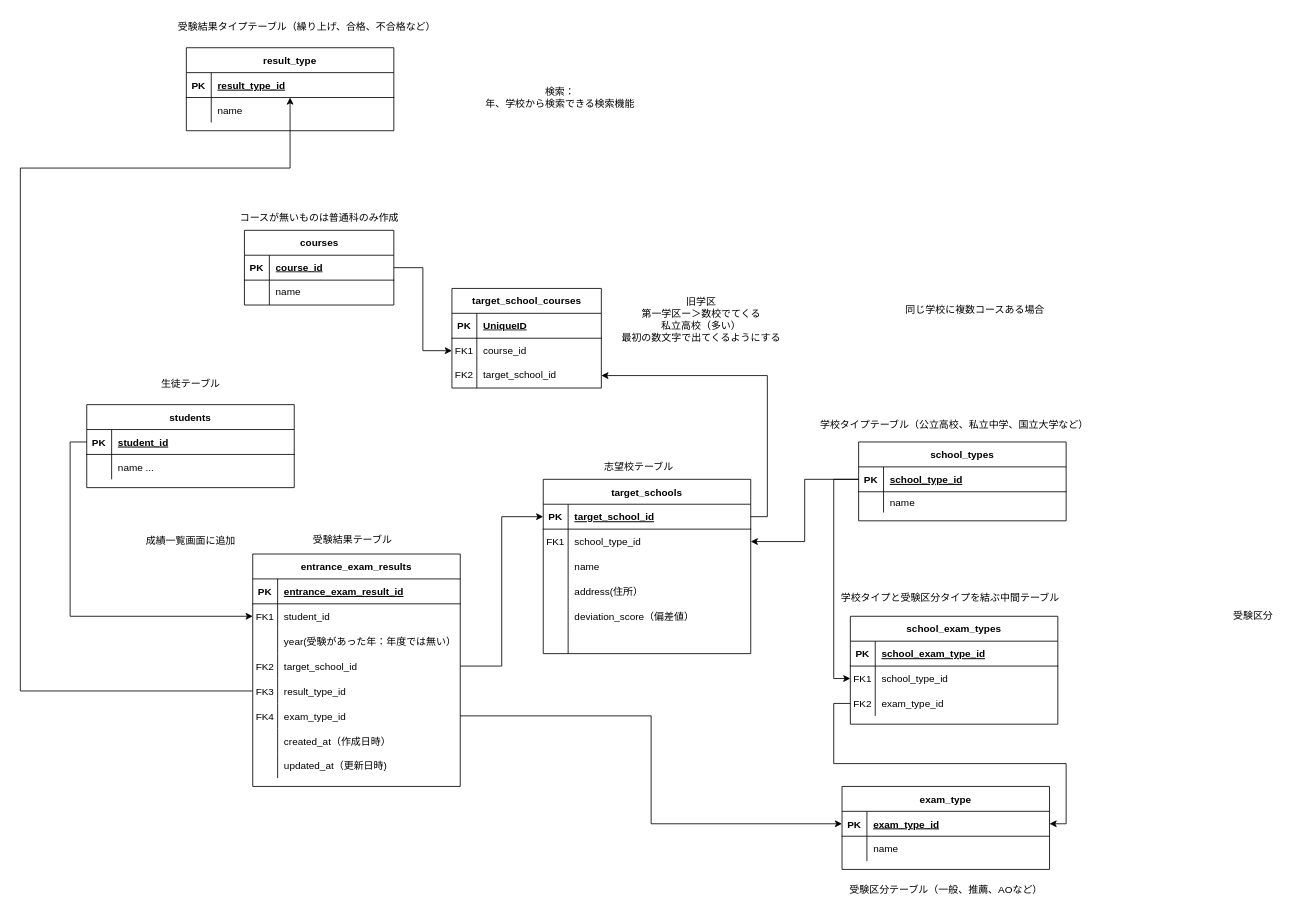
The draw.io diagram registration_of_result_of_entracne_exam.drawio in satoru817/4eachkeijiban, before the edit. Source tidied: cells renumbered, new cells numbered last; positions are measured from the earlier drawing's top-left corner, leaving out a move shared by most shapes. Both pictures are drawn from the tidied source at 83%, with x=0, y=0 at pixel (20, 14).
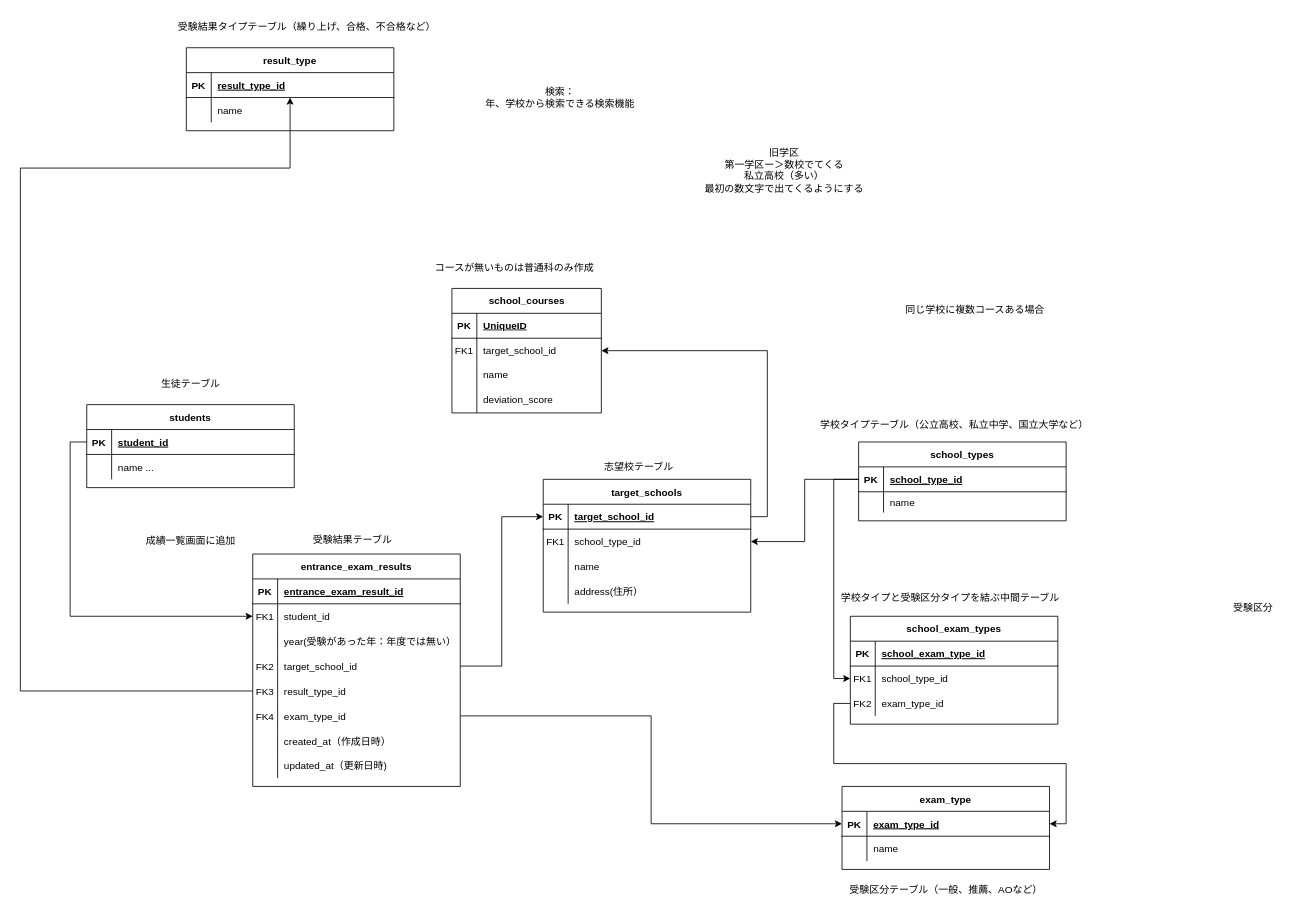
The same diagram, later.

Commit message:
registration_of_result_of_entracne_exam.drawio を更新します

The edit, as a diff of the source:
```diff
@@
     <mxCell id="2" value="target_schools" style="shape=table;startSize=30;childLayout=tableLayout;rowLines=0;fontStyle=1;align=center;" parent="1" vertex="1">
-      <mxGeometry x="630" y="560" width="250" height="210" as="geometry" />
+      <mxGeometry x="630" y="560" width="250" height="160" as="geometry" />
     </mxCell>
@@
-    <mxCell id="15" style="shape=partialRectangle;fillColor=none;top=0;left=0;right=0;bottom=0;" parent="2" vertex="1">
-      <mxGeometry y="150" width="250" height="30" as="geometry" />
-    </mxCell>
-    <mxCell id="16" style="shape=partialRectangle;overflow=hidden;fillColor=none;top=0;left=0;bottom=0;right=0;" parent="15" vertex="1">
-      <mxGeometry width="30" height="30" as="geometry" />
-    </mxCell>
-    <mxCell id="17" value="deviation_score（偏差値）" style="shape=partialRectangle;overflow=hidden;fillColor=none;top=0;left=0;bottom=0;right=0;align=left;spacingLeft=6;" parent="15" vertex="1">
-      <mxGeometry x="30" width="220" height="30" as="geometry" />
-    </mxCell>
-    <mxCell id="18" style="shape=partialRectangle;fillColor=none;top=0;left=0;right=0;bottom=0;" parent="2" vertex="1">
-      <mxGeometry y="180" width="250" height="30" as="geometry" />
-    </mxCell>
-    <mxCell id="19" style="shape=partialRectangle;overflow=hidden;fillColor=none;top=0;left=0;bottom=0;right=0;" parent="18" vertex="1">
-      <mxGeometry width="30" height="30" as="geometry" />
-    </mxCell>
-    <mxCell id="20" style="shape=partialRectangle;overflow=hidden;fillColor=none;top=0;left=0;bottom=0;right=0;align=left;spacingLeft=6;" parent="18" vertex="1">
-      <mxGeometry x="30" width="220" height="30" as="geometry" />
-    </mxCell>
@@
     <mxCell id="42" value="受験区分" style="text;html=1;align=center;verticalAlign=middle;strokeColor=none;fillColor=none;" parent="1" vertex="1">
-      <mxGeometry x="1450" y="710" width="70" height="30" as="geometry" />
+      <mxGeometry x="1450" y="700" width="70" height="30" as="geometry" />
     </mxCell>
@@
     <mxCell id="99" value="旧学区&lt;br&gt;第一学区ー＞数校でてくる&lt;div&gt;私立高校（多い）&lt;br&gt;最初の数文字で出てくるようにする&lt;br&gt;&lt;br&gt;&lt;/div&gt;" style="text;html=1;align=center;verticalAlign=middle;strokeColor=none;fillColor=none;" parent="1" vertex="1">
-      <mxGeometry x="710" y="330" width="220" height="90" as="geometry" />
+      <mxGeometry x="810" y="150" width="220" height="90" as="geometry" />
     </mxCell>
@@
-    <mxCell id="101" value="courses" style="shape=table;startSize=30;childLayout=tableLayout;rowLines=0;fontStyle=1;align=center;html=1;" parent="1" vertex="1">
-      <mxGeometry x="270" y="260" width="180" height="90" as="geometry" />
-    </mxCell>
-    <mxCell id="102" style="shape=tableRow;horizontal=0;startSize=0;swimlaneHead=0;swimlaneBody=0;fillColor=none;points=[[0,0.5],[1,0.5]];portConstraint=eastwest;top=0;left=0;right=0;bottom=1;" parent="101" vertex="1">
-      <mxGeometry y="30" width="180" height="30" as="geometry" />
-    </mxCell>
-    <mxCell id="103" value="PK" style="shape=partialRectangle;fillColor=none;top=0;left=0;bottom=0;right=0;fontStyle=1;overflow=hidden;whiteSpace=wrap;html=1;" parent="102" vertex="1">
-      <mxGeometry width="30" height="30" as="geometry" />
-    </mxCell>
-    <mxCell id="104" value="course_id" style="shape=partialRectangle;fillColor=none;top=0;left=0;bottom=0;right=0;align=left;spacingLeft=6;fontStyle=5;overflow=hidden;whiteSpace=wrap;html=1;" parent="102" vertex="1">
-      <mxGeometry x="30" width="150" height="30" as="geometry" />
-    </mxCell>
-    <mxCell id="105" style="shape=tableRow;horizontal=0;startSize=0;swimlaneHead=0;swimlaneBody=0;fillColor=none;top=0;left=0;right=0;bottom=0;" parent="101" vertex="1">
-      <mxGeometry y="60" width="180" height="30" as="geometry" />
-    </mxCell>
-    <mxCell id="106" style="shape=partialRectangle;fillColor=none;top=0;left=0;bottom=0;right=0;overflow=hidden;whiteSpace=wrap;html=1;" parent="105" vertex="1">
-      <mxGeometry width="30" height="30" as="geometry" />
-    </mxCell>
-    <mxCell id="107" value="name" style="shape=partialRectangle;fillColor=none;top=0;left=0;bottom=0;right=0;align=left;spacingLeft=6;overflow=hidden;whiteSpace=wrap;html=1;" parent="105" vertex="1">
-      <mxGeometry x="30" width="150" height="30" as="geometry" />
-    </mxCell>
-    <mxCell id="108" value="target_school_courses" style="shape=table;startSize=30;childLayout=tableLayout;rowLines=0;fontStyle=1;align=center;html=1;" parent="1" vertex="1">
-      <mxGeometry x="520" y="330" width="180" height="120" as="geometry" />
+    <mxCell id="108" value="school_courses" style="shape=table;startSize=30;childLayout=tableLayout;rowLines=0;fontStyle=1;align=center;html=1;" parent="1" vertex="1">
+      <mxGeometry x="520" y="330" width="180" height="150" as="geometry" />
     </mxCell>
@@
-    <mxCell id="112" style="shape=tableRow;horizontal=0;startSize=0;swimlaneHead=0;swimlaneBody=0;fillColor=none;points=[[0,0.5],[1,0.5]];portConstraint=eastwest;top=0;left=0;right=0;bottom=0;" parent="108" vertex="1">
-      <mxGeometry y="60" width="180" height="30" as="geometry" />
-    </mxCell>
-    <mxCell id="113" value="FK1" style="shape=partialRectangle;fillColor=none;top=0;left=0;bottom=0;right=0;overflow=hidden;whiteSpace=wrap;html=1;" parent="112" vertex="1">
-      <mxGeometry width="30" height="30" as="geometry" />
-    </mxCell>
-    <mxCell id="114" value="course_id&lt;span style=&quot;white-space: pre;&quot;&gt;&#9;&lt;/span&gt;" style="shape=partialRectangle;fillColor=none;top=0;left=0;bottom=0;right=0;align=left;spacingLeft=6;overflow=hidden;whiteSpace=wrap;html=1;" parent="112" vertex="1">
-      <mxGeometry x="30" width="150" height="30" as="geometry" />
-    </mxCell>
     <mxCell id="115" style="shape=tableRow;horizontal=0;startSize=0;swimlaneHead=0;swimlaneBody=0;fillColor=none;points=[[0,0.5],[1,0.5]];portConstraint=eastwest;top=0;left=0;right=0;bottom=0;" parent="108" vertex="1">
-      <mxGeometry y="90" width="180" height="30" as="geometry" />
+      <mxGeometry y="60" width="180" height="30" as="geometry" />
     </mxCell>
-    <mxCell id="116" value="FK2" style="shape=partialRectangle;fillColor=none;top=0;left=0;bottom=0;right=0;overflow=hidden;whiteSpace=wrap;html=1;" parent="115" vertex="1">
+    <mxCell id="116" value="FK1" style="shape=partialRectangle;fillColor=none;top=0;left=0;bottom=0;right=0;overflow=hidden;whiteSpace=wrap;html=1;" parent="115" vertex="1">
       <mxGeometry width="30" height="30" as="geometry" />
     </mxCell>
@@
+    <mxCell id="123" style="shape=tableRow;horizontal=0;startSize=0;swimlaneHead=0;swimlaneBody=0;fillColor=none;top=0;left=0;right=0;bottom=0;" parent="108" vertex="1">
+      <mxGeometry y="90" width="180" height="30" as="geometry" />
+    </mxCell>
+    <mxCell id="124" style="shape=partialRectangle;fillColor=none;top=0;left=0;bottom=0;right=0;overflow=hidden;whiteSpace=wrap;html=1;" parent="123" vertex="1">
+      <mxGeometry width="30" height="30" as="geometry" />
+    </mxCell>
+    <mxCell id="107" value="name" style="shape=partialRectangle;fillColor=none;top=0;left=0;bottom=0;right=0;align=left;spacingLeft=6;overflow=hidden;whiteSpace=wrap;html=1;" parent="123" vertex="1">
+      <mxGeometry x="30" width="150" height="30" as="geometry" />
+    </mxCell>
+    <mxCell id="125" style="shape=tableRow;horizontal=0;startSize=0;swimlaneHead=0;swimlaneBody=0;fillColor=none;top=0;left=0;right=0;bottom=0;" parent="108" vertex="1">
+      <mxGeometry y="120" width="180" height="30" as="geometry" />
+    </mxCell>
+    <mxCell id="126" style="shape=partialRectangle;fillColor=none;top=0;left=0;bottom=0;right=0;overflow=hidden;whiteSpace=wrap;html=1;" parent="125" vertex="1">
+      <mxGeometry width="30" height="30" as="geometry" />
+    </mxCell>
+    <mxCell id="127" value="deviation_score" style="shape=partialRectangle;fillColor=none;top=0;left=0;bottom=0;right=0;align=left;spacingLeft=6;overflow=hidden;whiteSpace=wrap;html=1;" parent="125" vertex="1">
+      <mxGeometry x="30" width="150" height="30" as="geometry" />
+    </mxCell>
     <mxCell id="118" value="コースが無いものは普通科のみ作成" style="text;html=1;align=center;verticalAlign=middle;strokeColor=none;fillColor=none;" parent="1" vertex="1">
-      <mxGeometry x="255" y="230" width="210" height="30" as="geometry" />
+      <mxGeometry x="490" y="290" width="210" height="30" as="geometry" />
     </mxCell>
@@
-    <mxCell id="120" style="edgeStyle=orthogonalEdgeStyle;rounded=0;jettySize=auto;html=1;exitX=1;exitY=0.5;exitDx=0;exitDy=0;entryX=0;entryY=0.5;entryDx=0;entryDy=0;" parent="1" edge="1" source="102" target="112">
-      <mxGeometry relative="1" as="geometry" />
-    </mxCell>
```
